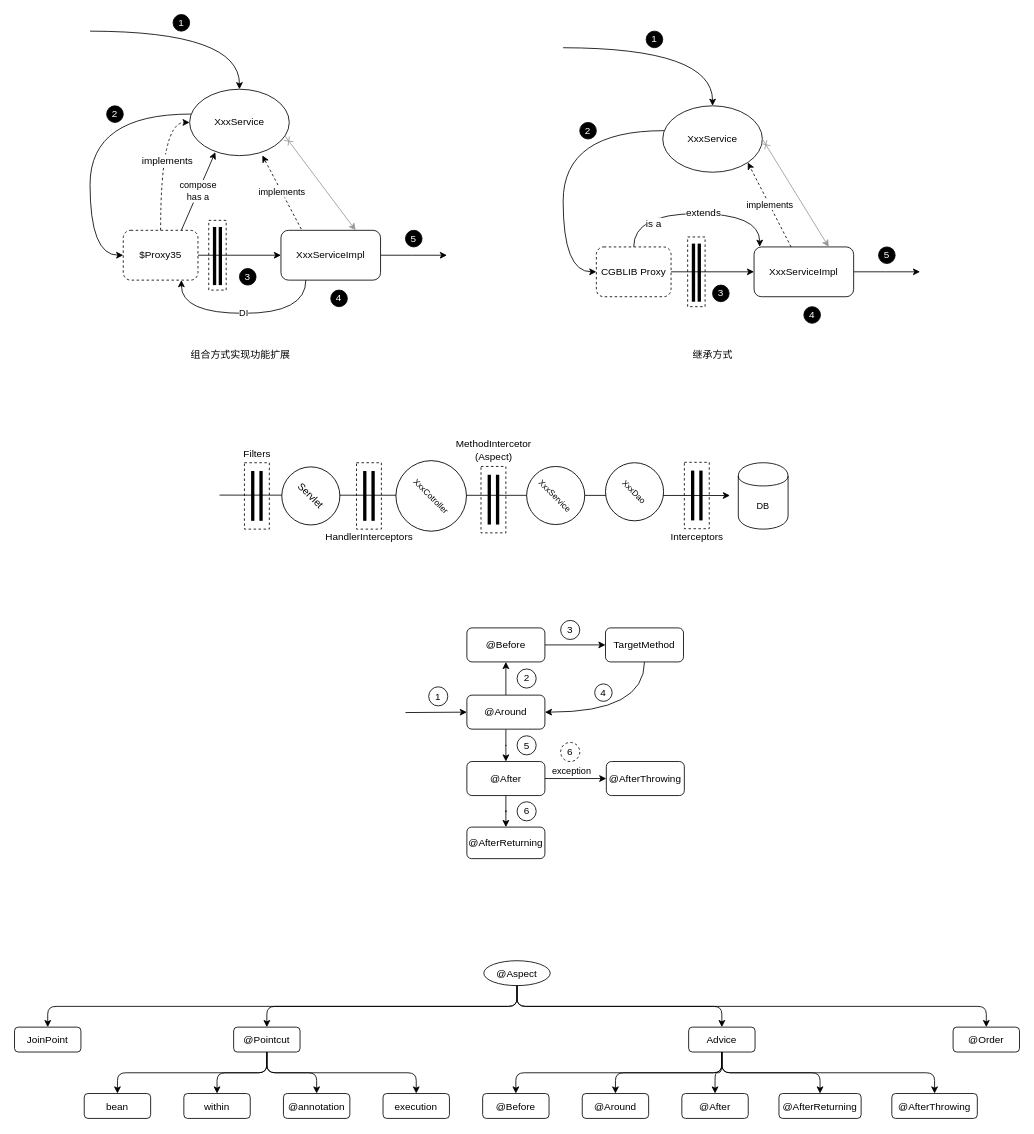
Mark-Lee-AK/drawio keeps this draw.io diagram as page "第 1 页" (1 of 2) of AOP.drawio. Above is the earlier version. Source tidied: cells renumbered, new cells numbered last; positions are measured from the earlier drawing's top-left corner, leaving out a move shared by most shapes. Both pictures are drawn from the tidied source at 83%, with x=0, y=0 at pixel (14, 14).
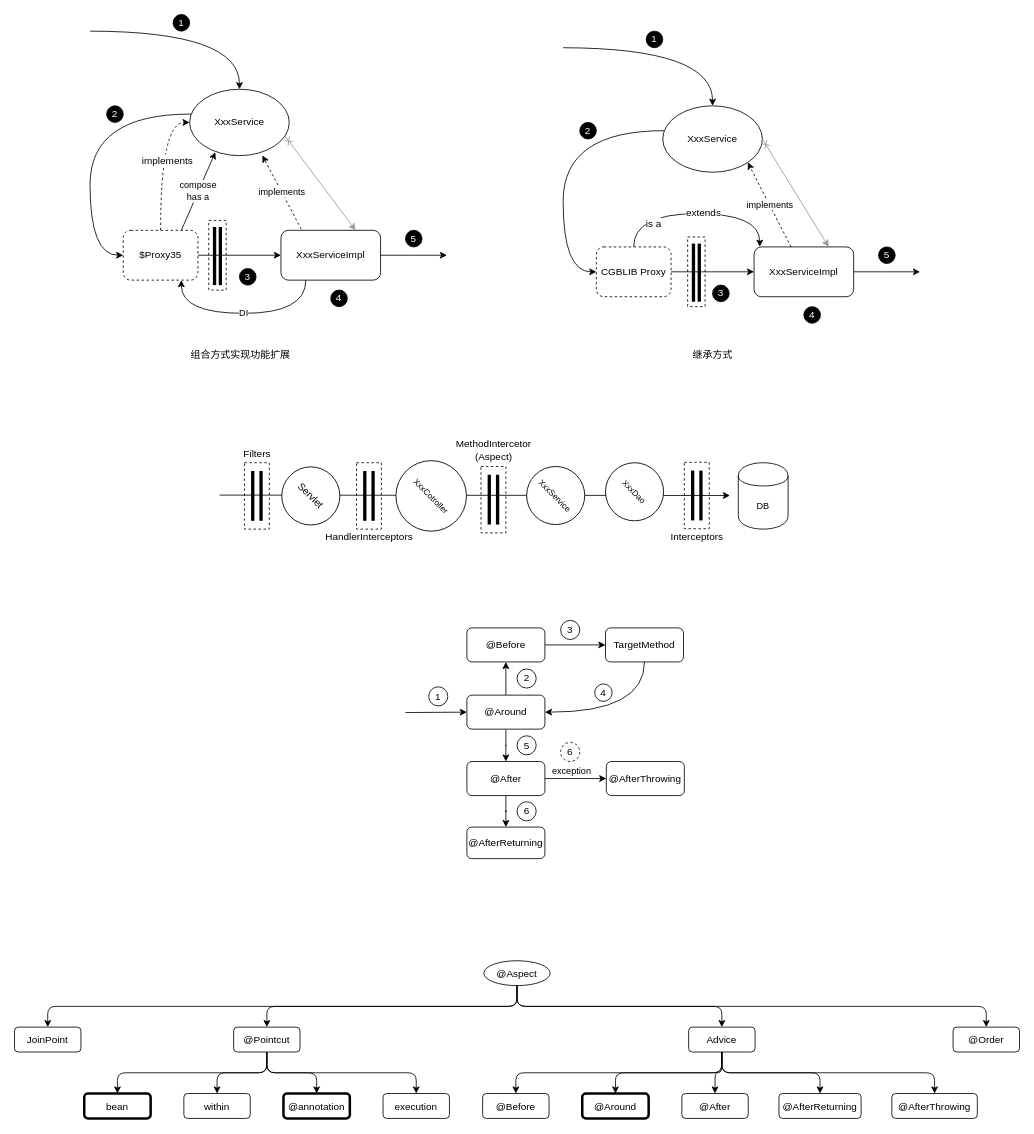
Above is the later version.

Commit message:
基于JDK代理方式的实现

Change to the diagram source:
```diff
@@
-    <mxCell id="95" value="@Around" style="rounded=1;" parent="1" vertex="1">
+    <mxCell id="95" value="@Around" style="rounded=1;strokeWidth=3;" parent="1" vertex="1">
       <mxGeometry x="684" y="1300" width="80" height="30" as="geometry" />
     </mxCell>
@@
-    <mxCell id="103" value="bean" style="rounded=1;" parent="1" vertex="1">
+    <mxCell id="103" value="bean" style="rounded=1;strokeWidth=3;" parent="1" vertex="1">
       <mxGeometry x="84" y="1300" width="80" height="30" as="geometry" />
     </mxCell>
@@
-    <mxCell id="107" value="@annotation" style="rounded=1;" parent="1" vertex="1">
+    <mxCell id="107" value="@annotation" style="rounded=1;strokeWidth=3;" parent="1" vertex="1">
       <mxGeometry x="324" y="1300" width="80" height="30" as="geometry" />
     </mxCell>
```
